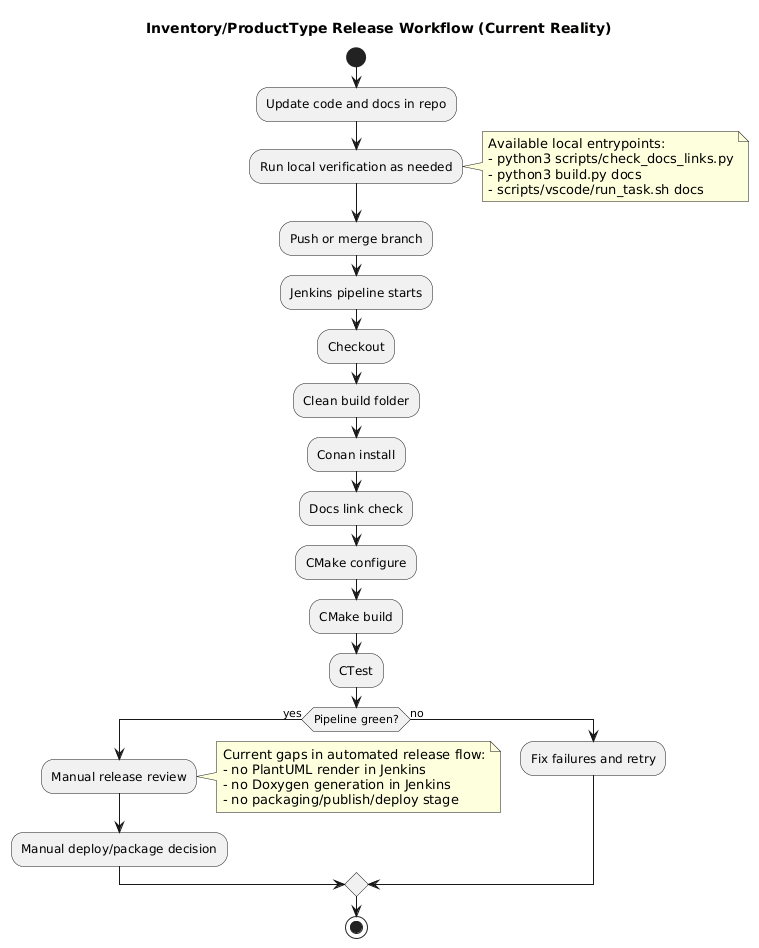
Sage-Cat/SageStore keeps this PlantUML diagram as docs/inventory/ProductType_Release_Workflow.png. Above is the earlier version.
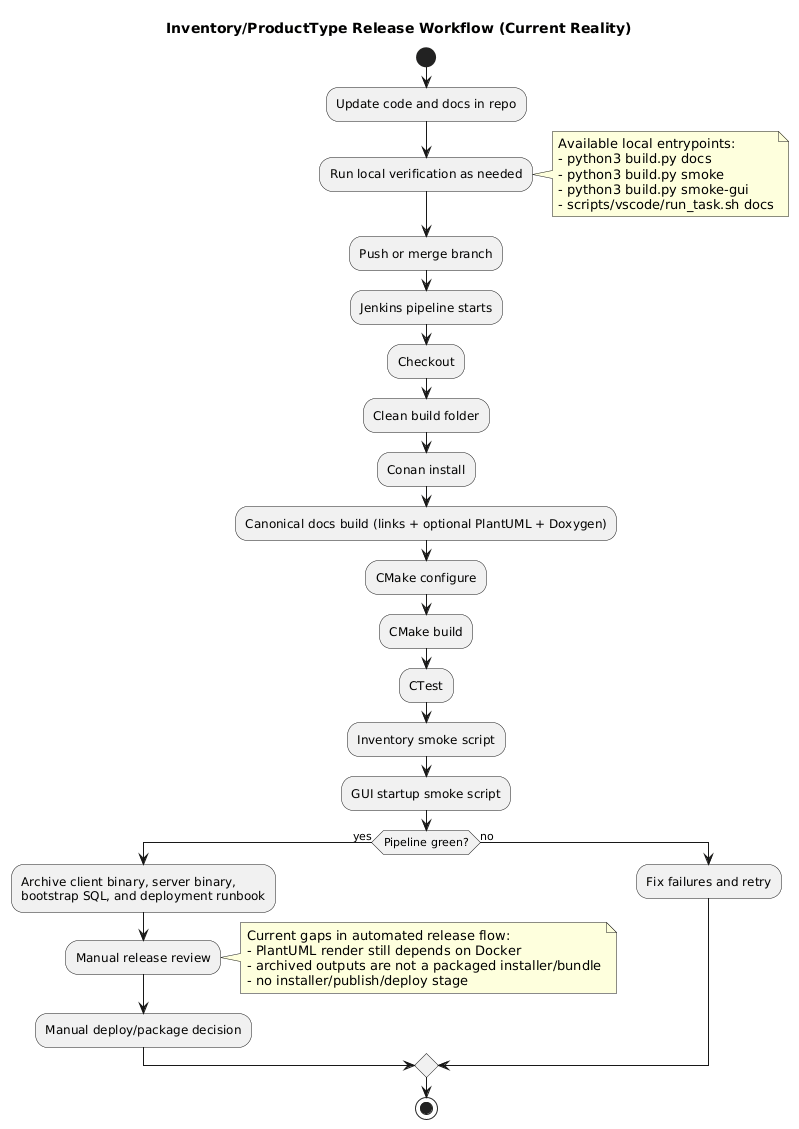
Later version of the same file.

Change to the diagram source:
```diff
@@ -6,8 +6,9 @@
 :Run local verification as needed;
 note right
 Available local entrypoints:
-- python3 scripts/check_docs_links.py
 - python3 build.py docs
+- python3 build.py smoke
+- python3 build.py smoke-gui
 - scripts/vscode/run_task.sh docs
 end note
 
@@ -16,18 +17,21 @@
 :Checkout;
 :Clean build folder;
 :Conan install;
-:Docs link check;
+:Canonical docs build (links + optional PlantUML + Doxygen);
 :CMake configure;
 :CMake build;
 :CTest;
+:Inventory smoke script;
+:GUI startup smoke script;
 
 if (Pipeline green?) then (yes)
+    :Archive client binary, server binary,\nbootstrap SQL, and deployment runbook;
     :Manual release review;
     note right
 Current gaps in automated release flow:
-- no PlantUML render in Jenkins
-- no Doxygen generation in Jenkins
-- no packaging/publish/deploy stage
+- PlantUML render still depends on Docker
+- archived outputs are not a packaged installer/bundle
+- no installer/publish/deploy stage
 end note
     :Manual deploy/package decision;
 else (no)
```
